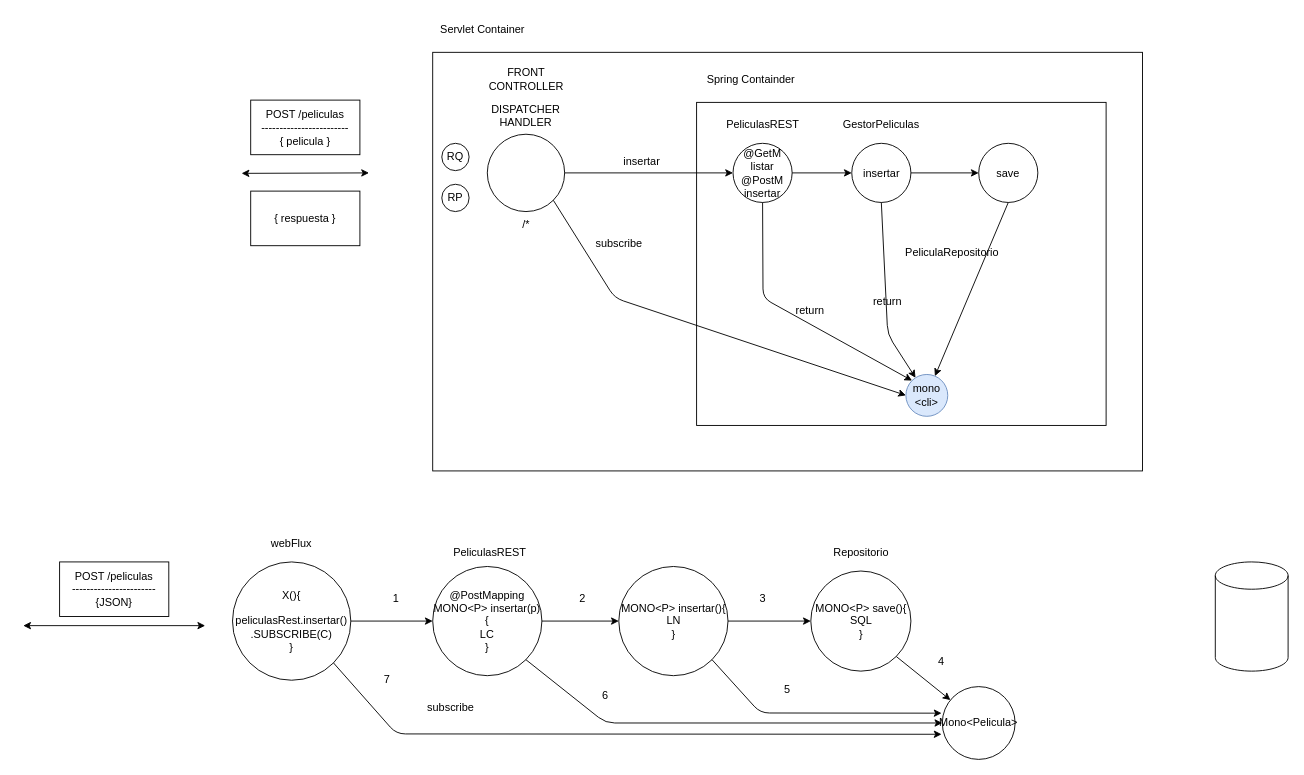
This is page "Página-15" (15 of 17) of panel_05_2022.drawio from lrag/WebFlux, a draw.io file, before an edit. Source tidied: cells renumbered, new cells numbered last; positions are measured from the earlier drawing's top-left corner, leaving out a move shared by most shapes. Both pictures are drawn from the tidied source at 91%, with x=0, y=0 at pixel (23, 15).
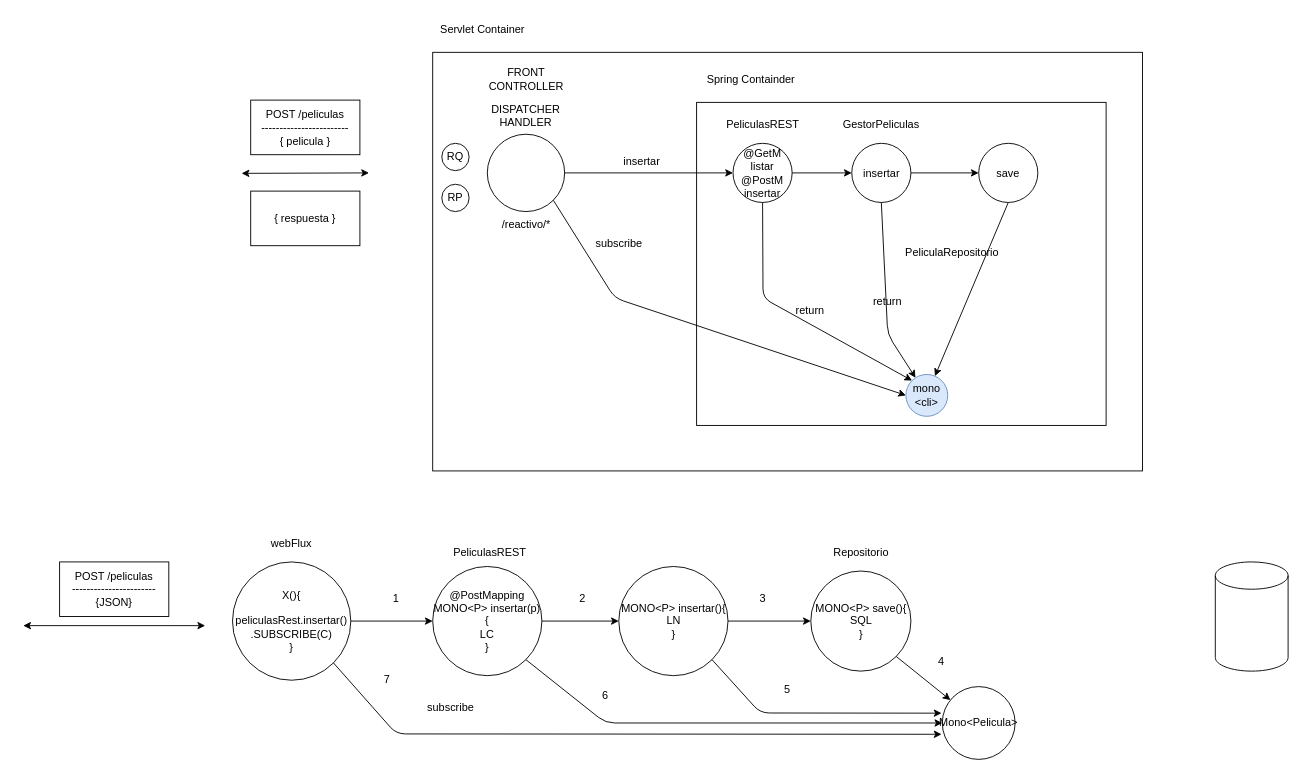
After the change.

Diff of the diagram source:
```diff
@@
-    <mxCell id="15" value="/*" style="text;html=1;strokeColor=none;fillColor=none;align=center;verticalAlign=middle;whiteSpace=wrap;rounded=0;" parent="1" vertex="1">
+    <mxCell id="15" value="/reactivo/*" style="text;html=1;strokeColor=none;fillColor=none;align=center;verticalAlign=middle;whiteSpace=wrap;rounded=0;" parent="1" vertex="1">
       <mxGeometry x="533" y="220" width="40" height="20" as="geometry" />
     </mxCell>
```
